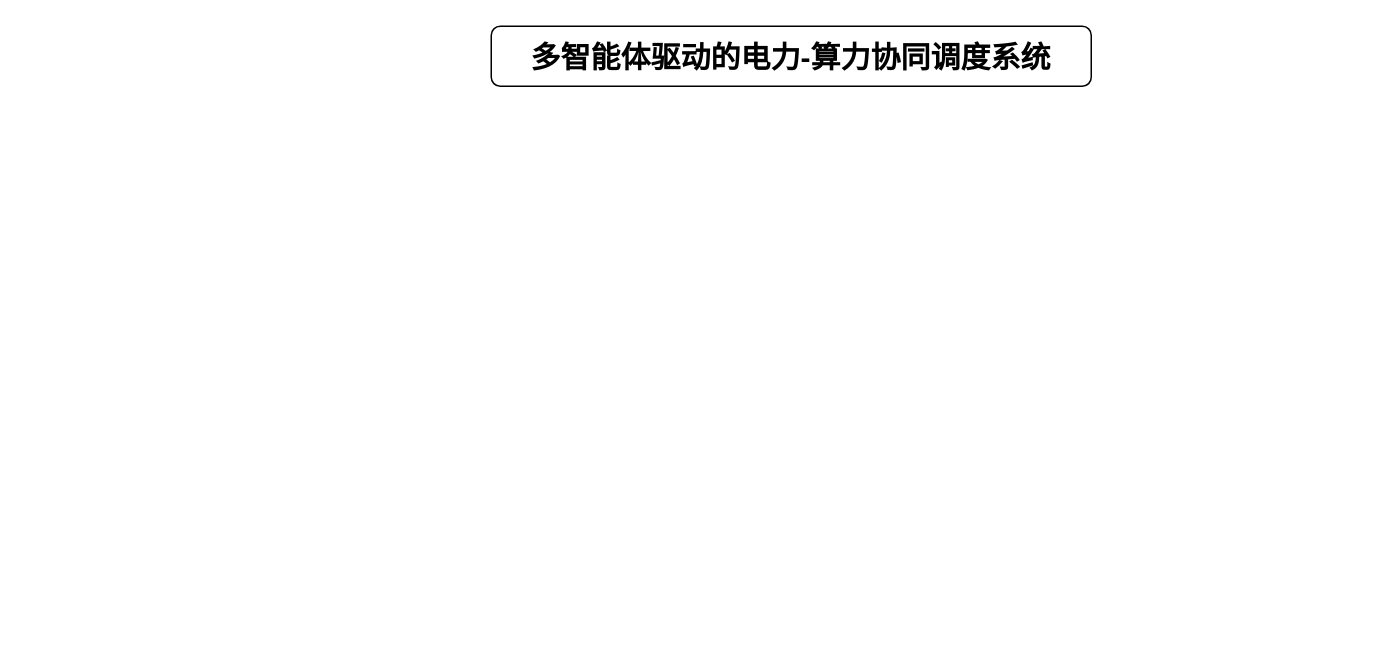
Bang0518/draw_figs keeps this draw.io diagram as 开题报告系统图.drawio. Above is the earlier version. Source tidied: cells renumbered, new cells numbered last; positions are measured from the earlier drawing's top-left corner, leaving out a move shared by most shapes. Both pictures are drawn from the tidied source at 150%, with x=0, y=0 at pixel (490, 26).
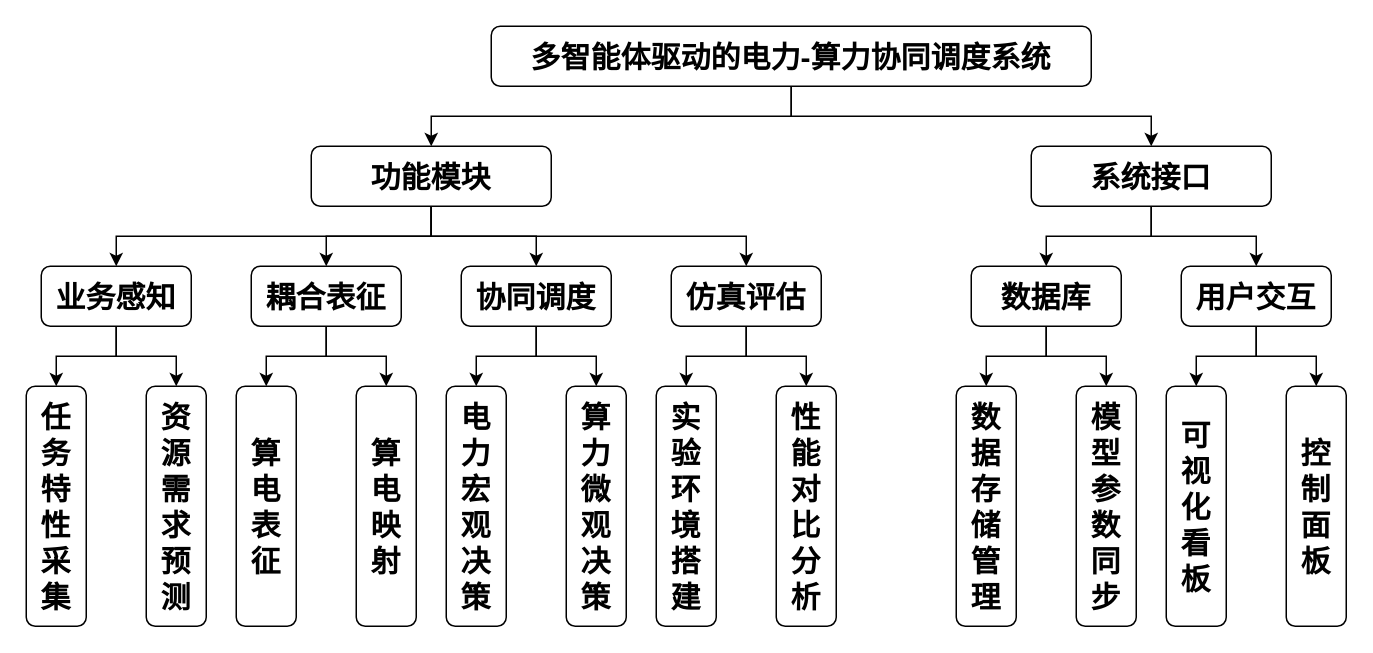
The same page after the edit.

Commit message:
更新开题报告系统图.drawio

The change refers to these unchanged cells:
```xml
<mxCell id="2" value="&lt;p style=&quot;margin-top: 0pt; margin-bottom: 0pt; margin-left: 0in; direction: ltr; unicode-bidi: embed; word-break: normal;&quot;&gt;&lt;font style=&quot;font-size: 20px;&quot;&gt;&lt;span style=&quot;font-family: 微软雅黑; font-weight: bold;&quot;&gt;多智能体驱动的电力&lt;/span&gt;&lt;span style=&quot;font-family: 微软雅黑; font-weight: bold;&quot;&gt;-&lt;/span&gt;&lt;span style=&quot;font-family: 微软雅黑; font-weight: bold;&quot;&gt;算力协同调度系统&lt;/span&gt;&lt;/font&gt;&lt;/p&gt;" style="rounded=1;whiteSpace=wrap;html=1;" parent="1" vertex="1">
  <mxGeometry width="400" height="40" as="geometry" />
</mxCell>
```

Diff of the diagram source:
```diff
@@
+    <mxCell id="3" style="edgeStyle=orthogonalEdgeStyle;rounded=0;jettySize=auto;html=1;exitX=0.5;exitY=1;exitDx=0;exitDy=0;entryX=0.5;entryY=0;entryDx=0;entryDy=0;" parent="1" edge="1" source="2" target="9">
+      <mxGeometry relative="1" as="geometry" />
+    </mxCell>
+    <mxCell id="4" style="edgeStyle=orthogonalEdgeStyle;rounded=0;jettySize=auto;html=1;exitX=0.5;exitY=1;exitDx=0;exitDy=0;entryX=0.5;entryY=0;entryDx=0;entryDy=0;" parent="1" edge="1" source="2" target="12">
+      <mxGeometry relative="1" as="geometry" />
+    </mxCell>
@@
+    <mxCell id="5" style="edgeStyle=orthogonalEdgeStyle;rounded=0;jettySize=auto;html=1;exitX=0.5;exitY=1;exitDx=0;exitDy=0;entryX=0.5;entryY=0;entryDx=0;entryDy=0;" parent="1" edge="1" source="9" target="18">
+      <mxGeometry relative="1" as="geometry" />
+    </mxCell>
+    <mxCell id="6" style="edgeStyle=orthogonalEdgeStyle;rounded=0;jettySize=auto;html=1;exitX=0.5;exitY=1;exitDx=0;exitDy=0;entryX=0.5;entryY=0;entryDx=0;entryDy=0;" parent="1" edge="1" source="9" target="15">
+      <mxGeometry relative="1" as="geometry" />
+    </mxCell>
+    <mxCell id="7" style="edgeStyle=orthogonalEdgeStyle;rounded=0;jettySize=auto;html=1;exitX=0.5;exitY=1;exitDx=0;exitDy=0;entryX=0.5;entryY=0;entryDx=0;entryDy=0;" parent="1" edge="1" source="9" target="21">
+      <mxGeometry relative="1" as="geometry" />
+    </mxCell>
+    <mxCell id="8" style="edgeStyle=orthogonalEdgeStyle;rounded=0;jettySize=auto;html=1;exitX=0.5;exitY=1;exitDx=0;exitDy=0;entryX=0.5;entryY=0;entryDx=0;entryDy=0;" parent="1" edge="1" source="9" target="24">
+      <mxGeometry relative="1" as="geometry" />
+    </mxCell>
+    <mxCell id="9" value="&lt;span style=&quot;font-size: 20px; font-family: 微软雅黑; font-weight: bold;&quot;&gt;功能模块&lt;/span&gt;" style="rounded=1;whiteSpace=wrap;html=1;" parent="1" vertex="1">
+      <mxGeometry x="-120" y="80" width="160" height="40" as="geometry" />
+    </mxCell>
+    <mxCell id="10" style="edgeStyle=orthogonalEdgeStyle;rounded=0;jettySize=auto;html=1;exitX=0.5;exitY=1;exitDx=0;exitDy=0;entryX=0.5;entryY=0;entryDx=0;entryDy=0;" parent="1" edge="1" source="12" target="38">
+      <mxGeometry relative="1" as="geometry" />
+    </mxCell>
+    <mxCell id="11" style="edgeStyle=orthogonalEdgeStyle;rounded=0;jettySize=auto;html=1;exitX=0.5;exitY=1;exitDx=0;exitDy=0;entryX=0.5;entryY=0;entryDx=0;entryDy=0;" parent="1" edge="1" source="12" target="35">
+      <mxGeometry relative="1" as="geometry" />
+    </mxCell>
+    <mxCell id="12" value="&lt;font face=&quot;微软雅黑&quot;&gt;&lt;span style=&quot;font-size: 20px;&quot;&gt;&lt;b&gt;系统接口&lt;/b&gt;&lt;/span&gt;&lt;/font&gt;" style="rounded=1;whiteSpace=wrap;html=1;" parent="1" vertex="1">
+      <mxGeometry x="360" y="80" width="160" height="40" as="geometry" />
+    </mxCell>
+    <mxCell id="13" style="edgeStyle=orthogonalEdgeStyle;rounded=0;jettySize=auto;html=1;exitX=0.5;exitY=1;exitDx=0;exitDy=0;entryX=0.5;entryY=0;entryDx=0;entryDy=0;" parent="1" edge="1" source="15" target="27">
+      <mxGeometry relative="1" as="geometry" />
+    </mxCell>
+    <mxCell id="14" style="edgeStyle=orthogonalEdgeStyle;rounded=0;jettySize=auto;html=1;exitX=0.5;exitY=1;exitDx=0;exitDy=0;entryX=0.5;entryY=0;entryDx=0;entryDy=0;" parent="1" edge="1" source="15" target="28">
+      <mxGeometry relative="1" as="geometry" />
+    </mxCell>
+    <mxCell id="15" value="&lt;p style=&quot;margin-top: 0pt; margin-bottom: 0pt; margin-left: 0in; direction: ltr; unicode-bidi: embed; word-break: normal;&quot;&gt;&lt;span style=&quot;font-family: 微软雅黑; font-size: 20px; font-weight: 700;&quot;&gt;耦合表征&lt;/span&gt;&lt;/p&gt;" style="rounded=1;whiteSpace=wrap;html=1;" parent="1" vertex="1">
+      <mxGeometry x="-160" y="160" width="100" height="40" as="geometry" />
+    </mxCell>
+    <mxCell id="16" style="edgeStyle=orthogonalEdgeStyle;rounded=0;jettySize=auto;html=1;exitX=0.5;exitY=1;exitDx=0;exitDy=0;entryX=0.5;entryY=0;entryDx=0;entryDy=0;" parent="1" edge="1" source="18" target="25">
+      <mxGeometry relative="1" as="geometry" />
+    </mxCell>
+    <mxCell id="17" style="edgeStyle=orthogonalEdgeStyle;rounded=0;jettySize=auto;html=1;exitX=0.5;exitY=1;exitDx=0;exitDy=0;entryX=0.5;entryY=0;entryDx=0;entryDy=0;" parent="1" edge="1" source="18" target="26">
+      <mxGeometry relative="1" as="geometry" />
+    </mxCell>
+    <mxCell id="18" value="&lt;p style=&quot;margin-top: 0pt; margin-bottom: 0pt; margin-left: 0in; direction: ltr; unicode-bidi: embed; word-break: normal;&quot;&gt;&lt;span style=&quot;font-family: 微软雅黑; font-size: 20px; font-weight: 700;&quot;&gt;业务感知&lt;/span&gt;&lt;/p&gt;" style="rounded=1;whiteSpace=wrap;html=1;" parent="1" vertex="1">
+      <mxGeometry x="-300" y="160" width="100" height="40" as="geometry" />
+    </mxCell>
+    <mxCell id="19" style="edgeStyle=orthogonalEdgeStyle;rounded=0;jettySize=auto;html=1;exitX=0.5;exitY=1;exitDx=0;exitDy=0;entryX=0.5;entryY=0;entryDx=0;entryDy=0;" parent="1" edge="1" source="21" target="29">
+      <mxGeometry relative="1" as="geometry" />
+    </mxCell>
+    <mxCell id="20" style="edgeStyle=orthogonalEdgeStyle;rounded=0;jettySize=auto;html=1;exitX=0.5;exitY=1;exitDx=0;exitDy=0;entryX=0.5;entryY=0;entryDx=0;entryDy=0;" parent="1" edge="1" source="21" target="30">
+      <mxGeometry relative="1" as="geometry" />
+    </mxCell>
+    <mxCell id="21" value="&lt;p style=&quot;margin-top: 0pt; margin-bottom: 0pt; margin-left: 0in; direction: ltr; unicode-bidi: embed; word-break: normal;&quot;&gt;&lt;span style=&quot;font-family: 微软雅黑; font-size: 20px; font-weight: 700;&quot;&gt;协同调度&lt;/span&gt;&lt;/p&gt;" style="rounded=1;whiteSpace=wrap;html=1;" parent="1" vertex="1">
+      <mxGeometry x="-20" y="160" width="100" height="40" as="geometry" />
+    </mxCell>
+    <mxCell id="22" style="edgeStyle=orthogonalEdgeStyle;rounded=0;jettySize=auto;html=1;exitX=0.5;exitY=1;exitDx=0;exitDy=0;entryX=0.5;entryY=0;entryDx=0;entryDy=0;" parent="1" edge="1" source="24" target="31">
+      <mxGeometry relative="1" as="geometry" />
+    </mxCell>
+    <mxCell id="23" style="edgeStyle=orthogonalEdgeStyle;rounded=0;jettySize=auto;html=1;exitX=0.5;exitY=1;exitDx=0;exitDy=0;entryX=0.5;entryY=0;entryDx=0;entryDy=0;" parent="1" edge="1" source="24" target="32">
+      <mxGeometry relative="1" as="geometry" />
+    </mxCell>
+    <mxCell id="24" value="&lt;p style=&quot;margin-top: 0pt; margin-bottom: 0pt; margin-left: 0in; direction: ltr; unicode-bidi: embed; word-break: normal;&quot;&gt;&lt;span style=&quot;font-family: 微软雅黑; font-size: 20px; font-weight: 700;&quot;&gt;仿真评估&lt;/span&gt;&lt;/p&gt;" style="rounded=1;whiteSpace=wrap;html=1;" parent="1" vertex="1">
+      <mxGeometry x="120" y="160" width="100" height="40" as="geometry" />
+    </mxCell>
+    <mxCell id="25" value="&lt;font face=&quot;微软雅黑&quot;&gt;&lt;span style=&quot;font-size: 20px;&quot;&gt;&lt;b&gt;任务特性采集&lt;/b&gt;&lt;/span&gt;&lt;/font&gt;" style="rounded=1;whiteSpace=wrap;html=1;" parent="1" vertex="1">
+      <mxGeometry x="-310" y="240" width="40" height="160" as="geometry" />
+    </mxCell>
+    <mxCell id="26" value="&lt;font face=&quot;微软雅黑&quot;&gt;&lt;span style=&quot;font-size: 20px;&quot;&gt;&lt;b&gt;资源需求预测&lt;/b&gt;&lt;/span&gt;&lt;/font&gt;" style="rounded=1;whiteSpace=wrap;html=1;" parent="1" vertex="1">
+      <mxGeometry x="-230" y="240" width="40" height="160" as="geometry" />
+    </mxCell>
+    <mxCell id="27" value="&lt;font face=&quot;微软雅黑&quot;&gt;&lt;span style=&quot;font-size: 20px;&quot;&gt;&lt;b&gt;算电表征&lt;/b&gt;&lt;/span&gt;&lt;/font&gt;" style="rounded=1;whiteSpace=wrap;html=1;" parent="1" vertex="1">
+      <mxGeometry x="-170" y="240" width="40" height="160" as="geometry" />
+    </mxCell>
+    <mxCell id="28" value="&lt;font face=&quot;微软雅黑&quot;&gt;&lt;span style=&quot;font-size: 20px;&quot;&gt;&lt;b&gt;算电映射&lt;/b&gt;&lt;/span&gt;&lt;/font&gt;" style="rounded=1;whiteSpace=wrap;html=1;" parent="1" vertex="1">
+      <mxGeometry x="-90" y="240" width="40" height="160" as="geometry" />
+    </mxCell>
+    <mxCell id="29" value="&lt;font face=&quot;微软雅黑&quot;&gt;&lt;span style=&quot;font-size: 20px;&quot;&gt;&lt;b&gt;电力宏观决策&lt;/b&gt;&lt;/span&gt;&lt;/font&gt;" style="rounded=1;whiteSpace=wrap;html=1;" parent="1" vertex="1">
+      <mxGeometry x="-30" y="240" width="40" height="160" as="geometry" />
+    </mxCell>
+    <mxCell id="30" value="&lt;font face=&quot;微软雅黑&quot;&gt;&lt;span style=&quot;font-size: 20px;&quot;&gt;&lt;b&gt;算力微观决策&lt;/b&gt;&lt;/span&gt;&lt;/font&gt;" style="rounded=1;whiteSpace=wrap;html=1;" parent="1" vertex="1">
+      <mxGeometry x="50" y="240" width="40" height="160" as="geometry" />
+    </mxCell>
+    <mxCell id="31" value="&lt;font face=&quot;微软雅黑&quot;&gt;&lt;span style=&quot;font-size: 20px;&quot;&gt;&lt;b&gt;实验环境搭建&lt;/b&gt;&lt;/span&gt;&lt;/font&gt;" style="rounded=1;whiteSpace=wrap;html=1;" parent="1" vertex="1">
+      <mxGeometry x="110" y="240" width="40" height="160" as="geometry" />
+    </mxCell>
+    <mxCell id="32" value="&lt;font face=&quot;微软雅黑&quot;&gt;&lt;span style=&quot;font-size: 20px;&quot;&gt;&lt;b&gt;性能对比分析&lt;/b&gt;&lt;/span&gt;&lt;/font&gt;" style="rounded=1;whiteSpace=wrap;html=1;" parent="1" vertex="1">
+      <mxGeometry x="190" y="240" width="40" height="160" as="geometry" />
+    </mxCell>
+    <mxCell id="33" style="edgeStyle=orthogonalEdgeStyle;rounded=0;jettySize=auto;html=1;exitX=0.5;exitY=1;exitDx=0;exitDy=0;entryX=0.5;entryY=0;entryDx=0;entryDy=0;" parent="1" edge="1" source="35" target="41">
+      <mxGeometry relative="1" as="geometry" />
+    </mxCell>
+    <mxCell id="34" style="edgeStyle=orthogonalEdgeStyle;rounded=0;jettySize=auto;html=1;exitX=0.5;exitY=1;exitDx=0;exitDy=0;entryX=0.5;entryY=0;entryDx=0;entryDy=0;" parent="1" edge="1" source="35" target="42">
+      <mxGeometry relative="1" as="geometry" />
+    </mxCell>
+    <mxCell id="35" value="&lt;p style=&quot;margin-top: 0pt; margin-bottom: 0pt; margin-left: 0in; direction: ltr; unicode-bidi: embed; word-break: normal;&quot;&gt;&lt;span style=&quot;font-family: 微软雅黑; font-size: 20px; font-weight: 700;&quot;&gt;用户交互&lt;/span&gt;&lt;/p&gt;" style="rounded=1;whiteSpace=wrap;html=1;" parent="1" vertex="1">
+      <mxGeometry x="460" y="160" width="100" height="40" as="geometry" />
+    </mxCell>
+    <mxCell id="36" style="edgeStyle=orthogonalEdgeStyle;rounded=0;jettySize=auto;html=1;exitX=0.5;exitY=1;exitDx=0;exitDy=0;entryX=0.5;entryY=0;entryDx=0;entryDy=0;" parent="1" edge="1" source="38" target="39">
+      <mxGeometry relative="1" as="geometry" />
+    </mxCell>
+    <mxCell id="37" style="edgeStyle=orthogonalEdgeStyle;rounded=0;jettySize=auto;html=1;exitX=0.5;exitY=1;exitDx=0;exitDy=0;entryX=0.5;entryY=0;entryDx=0;entryDy=0;" parent="1" edge="1" source="38" target="40">
+      <mxGeometry relative="1" as="geometry" />
+    </mxCell>
+    <mxCell id="38" value="&lt;p style=&quot;margin-top: 0pt; margin-bottom: 0pt; margin-left: 0in; direction: ltr; unicode-bidi: embed; word-break: normal;&quot;&gt;&lt;span style=&quot;font-family: 微软雅黑; font-size: 20px; font-weight: 700;&quot;&gt;数据库&lt;/span&gt;&lt;/p&gt;" style="rounded=1;whiteSpace=wrap;html=1;" parent="1" vertex="1">
+      <mxGeometry x="320" y="160" width="100" height="40" as="geometry" />
+    </mxCell>
+    <mxCell id="39" value="&lt;font face=&quot;微软雅黑&quot;&gt;&lt;span style=&quot;font-size: 20px;&quot;&gt;&lt;b&gt;数据存储管理&lt;/b&gt;&lt;/span&gt;&lt;/font&gt;" style="rounded=1;whiteSpace=wrap;html=1;" parent="1" vertex="1">
+      <mxGeometry x="310" y="240" width="40" height="160" as="geometry" />
+    </mxCell>
+    <mxCell id="40" value="&lt;font face=&quot;微软雅黑&quot;&gt;&lt;span style=&quot;font-size: 20px;&quot;&gt;&lt;b&gt;模型参数同步&lt;/b&gt;&lt;/span&gt;&lt;/font&gt;" style="rounded=1;whiteSpace=wrap;html=1;" parent="1" vertex="1">
+      <mxGeometry x="390" y="240" width="40" height="160" as="geometry" />
+    </mxCell>
+    <mxCell id="41" value="&lt;font face=&quot;微软雅黑&quot;&gt;&lt;span style=&quot;font-size: 20px;&quot;&gt;&lt;b&gt;可视化看板&lt;/b&gt;&lt;/span&gt;&lt;/font&gt;" style="rounded=1;whiteSpace=wrap;html=1;" parent="1" vertex="1">
+      <mxGeometry x="450" y="240" width="40" height="160" as="geometry" />
+    </mxCell>
+    <mxCell id="42" value="&lt;font face=&quot;微软雅黑&quot;&gt;&lt;span style=&quot;font-size: 20px;&quot;&gt;&lt;b&gt;控制面板&lt;/b&gt;&lt;/span&gt;&lt;/font&gt;" style="rounded=1;whiteSpace=wrap;html=1;" parent="1" vertex="1">
+      <mxGeometry x="530" y="240" width="40" height="160" as="geometry" />
+    </mxCell>
```
